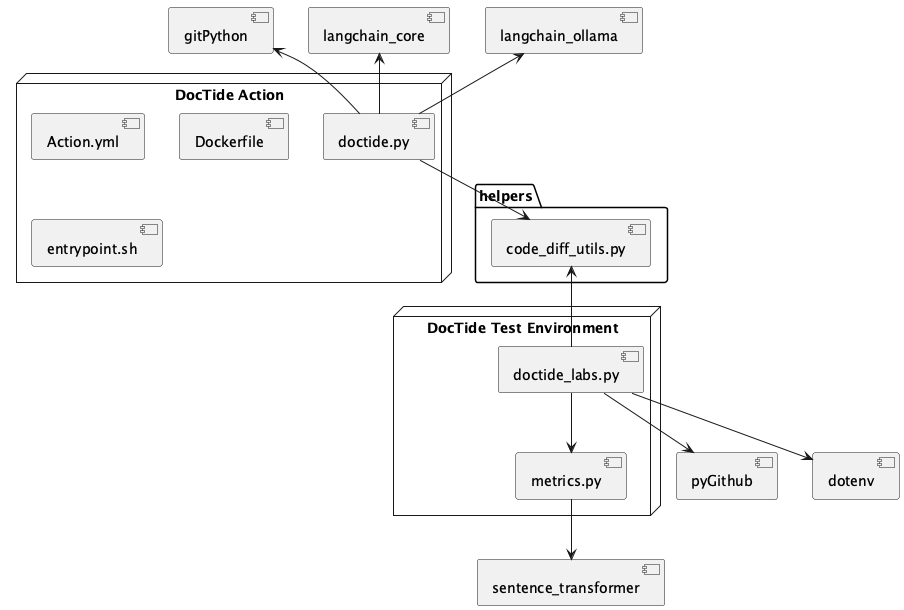
Before: docs/component_diagram.png, a diagram exported from PlantUML (BrandtBoys/DocTide). Its diagram source:
```plantuml
@startuml

node "DocTide Action" {
    [Action.yml]
    [Dockerfile]
    [entrypoint.sh]
    [doctide.py]
}

node "DocTide Test Environment" {
    [doctide_labs.py]
    [metrics.py]
}

folder "helpers" {
        [code_diff_utils.py]
    }

[doctide.py] -down-> [code_diff_utils.py]
[doctide.py] -up-> [langchain_ollama]
[doctide.py] -up-> [langchain_core]
[doctide.py] -up-> [gitPython]
[doctide_labs.py] --> [pyGithub]
[doctide_labs.py] --> [metrics.py]
[doctide_labs.py] -up-> [code_diff_utils.py]
[doctide_labs.py] --> [dotenv]
[metrics.py] --> [sentence_transformer]

@enduml
```
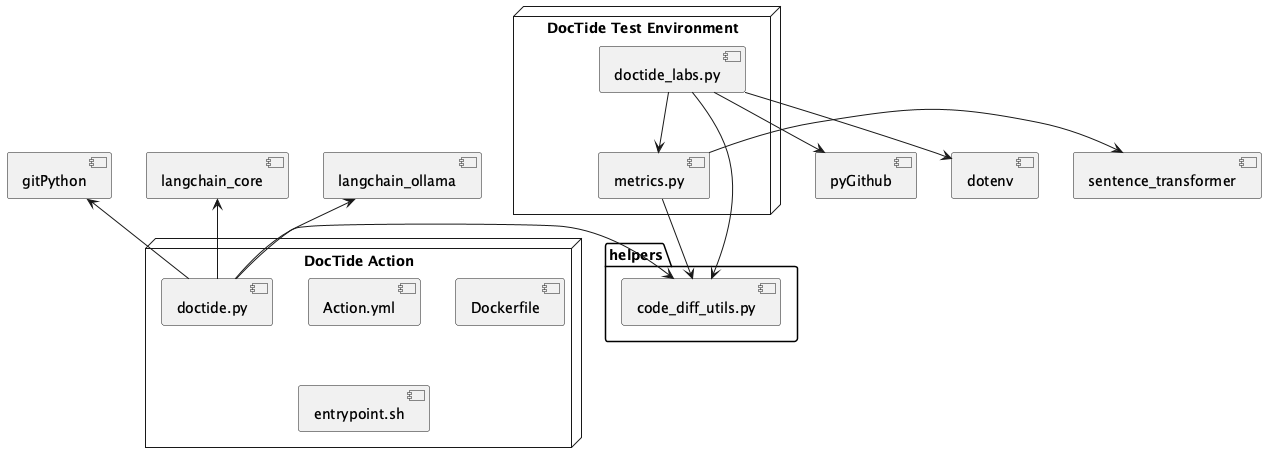
Above is the later version.

Diff of the diagram source:
```diff
@@ -16,14 +16,15 @@
         [code_diff_utils.py]
     }
 
-[doctide.py] -down-> [code_diff_utils.py]
+[doctide.py] -left-> [code_diff_utils.py]
 [doctide.py] -up-> [langchain_ollama]
 [doctide.py] -up-> [langchain_core]
 [doctide.py] -up-> [gitPython]
 [doctide_labs.py] --> [pyGithub]
 [doctide_labs.py] --> [metrics.py]
-[doctide_labs.py] -up-> [code_diff_utils.py]
+[doctide_labs.py] -right-> [code_diff_utils.py]
 [doctide_labs.py] --> [dotenv]
-[metrics.py] --> [sentence_transformer]
+[metrics.py] -right-> [sentence_transformer]
+[metrics.py] --> [code_diff_utils.py]
 
 @enduml
```
